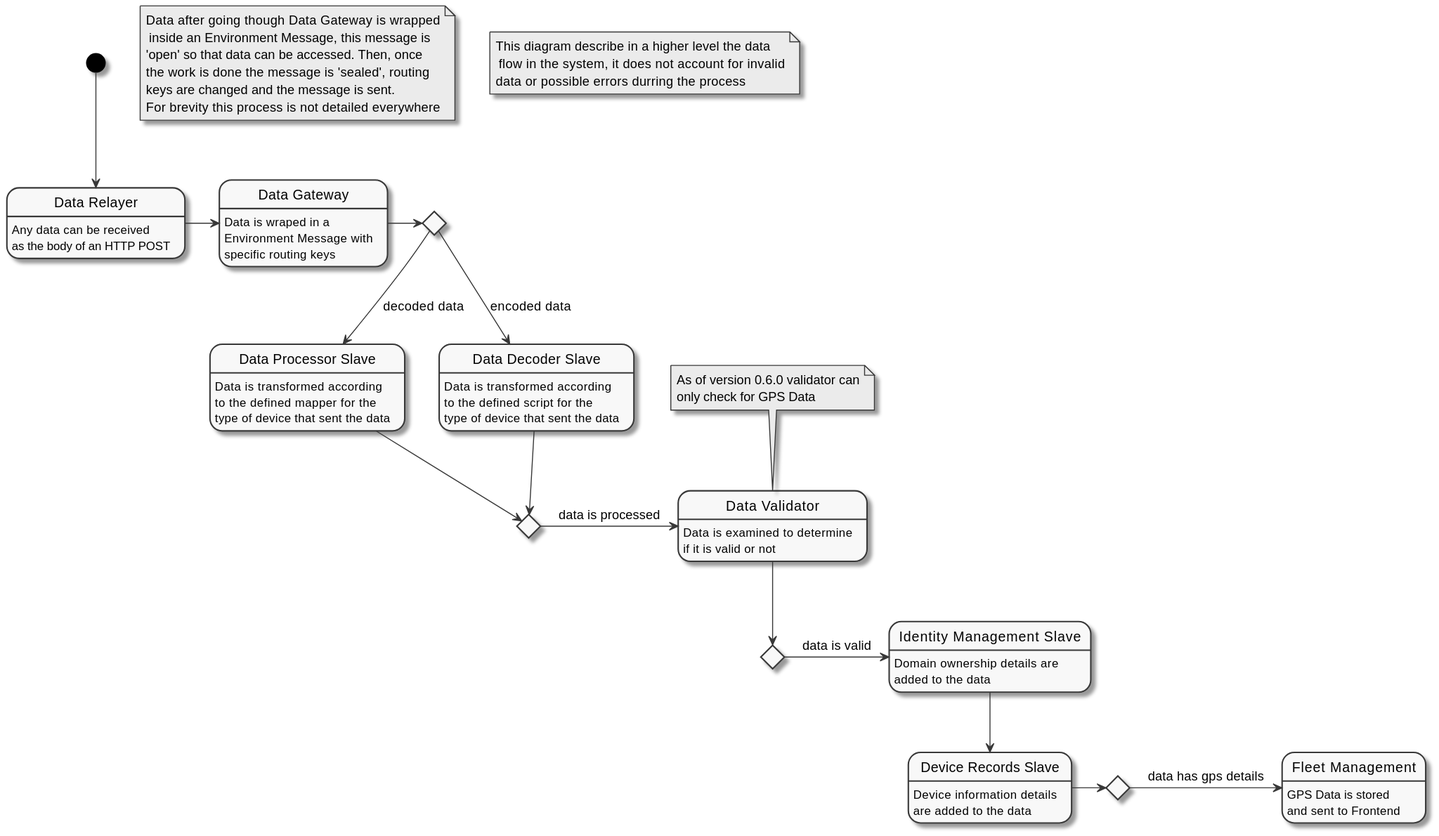
Before: docs/flow/diagrams/data-flow.svg, a diagram exported from PlantUML (FilipeMCruz/sensae-console). Source of this version:
```plantuml
@startuml data-flow

skinparam Monochrome true

note "Data after going though Data Gateway is wrapped\n inside an Environment Message, this message is\n'open' so that data can be accessed. Then, once\nthe work is done the message is 'sealed', routing\nkeys are changed and the message is sent.\nFor brevity this process is not detailed everywhere" as N1

note "This diagram describe in a higher level the data\n flow in the system, it does not account for invalid\ndata or possible errors durring the process" as N2

state "Data Relayer" as DataRelayer
state "Data Gateway" as DataGateway
state decoded_or_encoded <<choice>>
state "Data Processor Slave" as Processor
state "Data Decoder Slave" as Decoder
state is_processed <<choice>>
state "Identity Management Slave" as Identity
state is_valid <<choice>>
state "Data Validator" as Validator
state "Device Records Slave" as Records
state has_gps <<choice>>
state "Fleet Management" as Fleet

DataRelayer : Any data can be received
DataRelayer : as the body of an HTTP POST

DataGateway : Data is wraped in a
DataGateway : Environment Message with
DataGateway : specific routing keys

Processor : Data is transformed according
Processor : to the defined mapper for the
Processor : type of device that sent the data

Decoder : Data is transformed according
Decoder : to the defined script for the
Decoder : type of device that sent the data

Identity : Domain ownership details are
Identity : added to the data

Validator : Data is examined to determine
Validator : if it is valid or not

Records : Device information details
Records : are added to the data

Fleet : GPS Data is stored
Fleet : and sent to Frontend

[*] --> DataRelayer
DataRelayer -> DataGateway
DataGateway -> decoded_or_encoded
decoded_or_encoded --> Processor : decoded data
decoded_or_encoded --> Decoder : encoded data
Decoder --> is_processed
Processor --> is_processed

is_processed -> Validator : data is processed

Validator --> is_valid
note top of Validator : As of version 0.6.0 validator can\nonly check for GPS Data

is_valid -> Identity : data is valid

Identity --> Records

Records -> has_gps

has_gps -> Fleet : data has gps details

@enduml
```
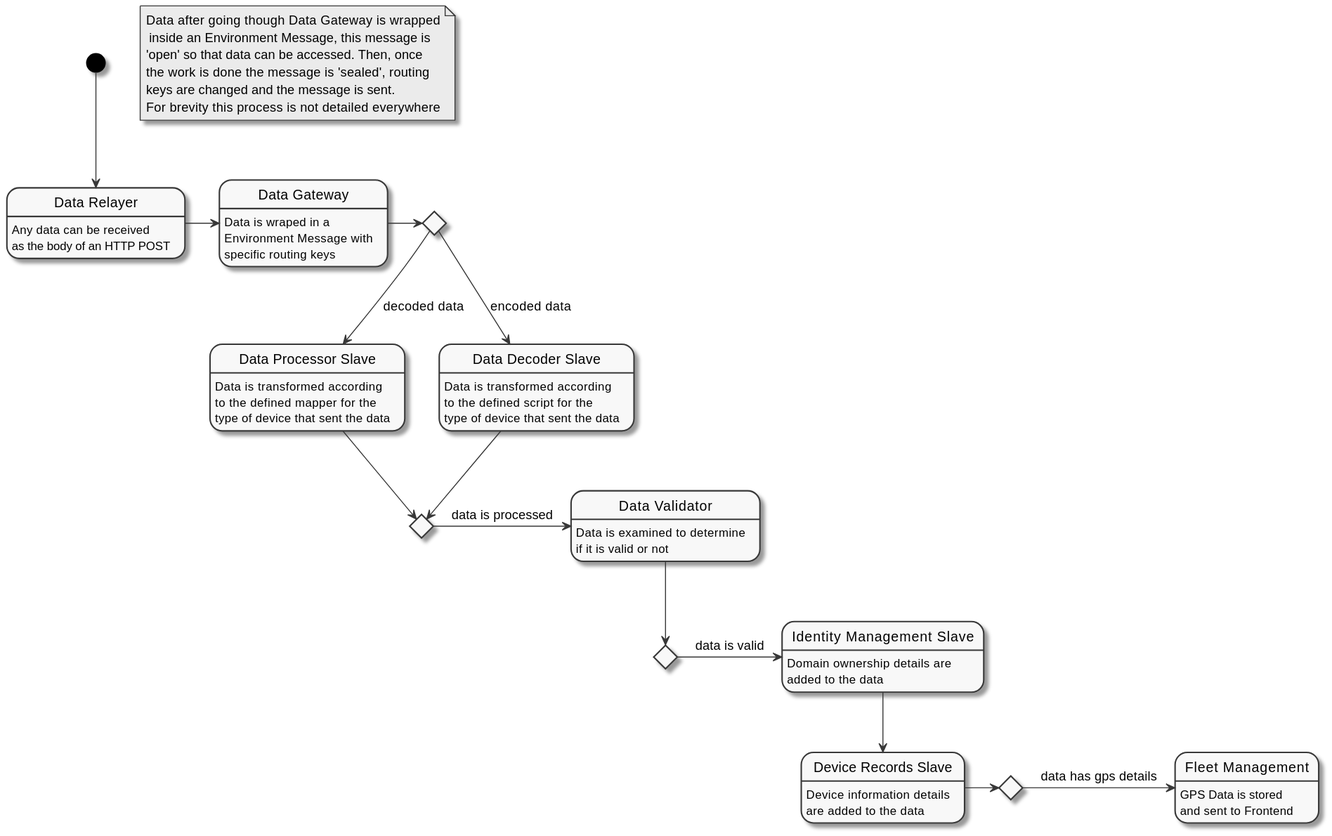
Above is the later version.

The edit, as a diff of the source:
```diff
@@ -3,8 +3,6 @@
 skinparam Monochrome true
 
 note "Data after going though Data Gateway is wrapped\n inside an Environment Message, this message is\n'open' so that data can be accessed. Then, once\nthe work is done the message is 'sealed', routing\nkeys are changed and the message is sent.\nFor brevity this process is not detailed everywhere" as N1
-
-note "This diagram describe in a higher level the data\n flow in the system, it does not account for invalid\ndata or possible errors durring the process" as N2
 
 state "Data Relayer" as DataRelayer
 state "Data Gateway" as DataGateway
@@ -57,7 +55,6 @@
 is_processed -> Validator : data is processed
 
 Validator --> is_valid
-note top of Validator : As of version 0.6.0 validator can\nonly check for GPS Data
 
 is_valid -> Identity : data is valid
 
```
